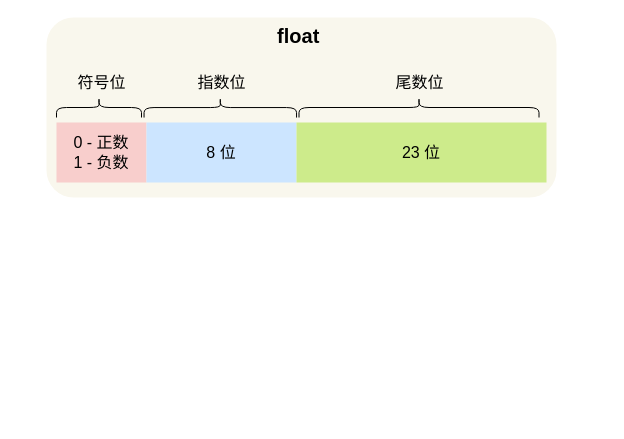
The draw.io diagram 操作系统/浮点/float.drawio in xiaolincoder/ImageHost3, before the edit. Source tidied: cells renumbered, new cells numbered last; positions are measured from the earlier drawing's top-left corner, leaving out a move shared by most shapes. Both pictures are drawn from the tidied source at 100%, with x=0, y=0 at pixel (46, -13).
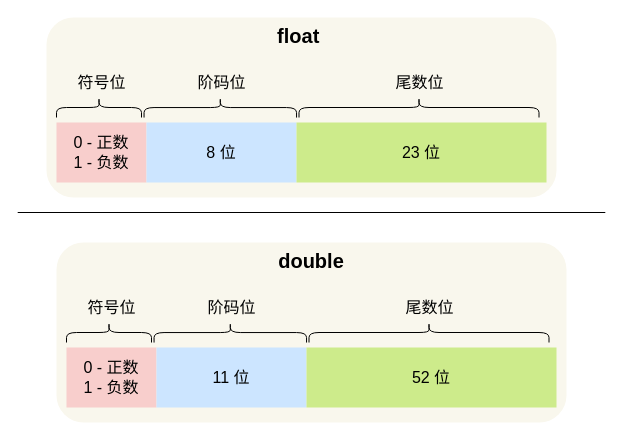
The same page after the edit.

Change to the diagram source:
```diff
@@
-    <mxCell id="8" value="指数位" style="text;html=1;align=center;verticalAlign=middle;fontSize=16;" parent="1" vertex="1">
+    <mxCell id="8" value="阶码位" style="text;html=1;align=center;verticalAlign=middle;fontSize=16;" parent="1" vertex="1">
       <mxGeometry x="145" y="85" width="60" height="20" as="geometry" />
     </mxCell>
@@
+    <mxCell id="12" value="double" style="rounded=1;whiteSpace=wrap;html=1;labelBackgroundColor=none;strokeWidth=1;fontSize=20;fillColor=#f9f7ed;strokeColor=none;verticalAlign=top;fontStyle=1;" parent="1" vertex="1">
+      <mxGeometry x="10" y="255" width="510" height="180" as="geometry" />
+    </mxCell>
+    <mxCell id="13" value="0 - 正数&lt;br style=&quot;font-size: 16px;&quot;&gt;1 - 负数" style="rounded=0;whiteSpace=wrap;html=1;fontSize=16;fillColor=#f8cecc;strokeColor=none;" parent="1" vertex="1">
+      <mxGeometry x="20" y="360" width="90" height="60" as="geometry" />
+    </mxCell>
+    <mxCell id="14" value="11 位" style="rounded=0;whiteSpace=wrap;html=1;fontSize=16;fillColor=#cce5ff;strokeColor=none;" parent="1" vertex="1">
+      <mxGeometry x="110" y="360" width="150" height="60" as="geometry" />
+    </mxCell>
+    <mxCell id="15" value="符号位" style="text;html=1;align=center;verticalAlign=middle;fontSize=16;" parent="1" vertex="1">
+      <mxGeometry x="35" y="310" width="60" height="20" as="geometry" />
+    </mxCell>
+    <mxCell id="16" style="shape=curlyBracket;whiteSpace=wrap;html=1;rounded=1;fontSize=16;rotation=90;" parent="1" vertex="1">
+      <mxGeometry x="52.5" y="302.5" width="20" height="85" as="geometry" />
+    </mxCell>
+    <mxCell id="17" value="52 位" style="rounded=0;whiteSpace=wrap;html=1;fontSize=16;fillColor=#cdeb8b;strokeColor=none;" parent="1" vertex="1">
+      <mxGeometry x="260" y="360" width="250" height="60" as="geometry" />
+    </mxCell>
+    <mxCell id="18" value="阶码位" style="text;html=1;align=center;verticalAlign=middle;fontSize=16;" parent="1" vertex="1">
+      <mxGeometry x="155" y="310" width="60" height="20" as="geometry" />
+    </mxCell>
+    <mxCell id="19" style="shape=curlyBracket;whiteSpace=wrap;html=1;rounded=1;fontSize=16;rotation=90;" parent="1" vertex="1">
+      <mxGeometry x="173.8" y="268.8" width="20" height="152.5" as="geometry" />
+    </mxCell>
+    <mxCell id="20" value="尾数位" style="text;html=1;align=center;verticalAlign=middle;fontSize=16;" parent="1" vertex="1">
+      <mxGeometry x="352.5" y="310" width="60" height="20" as="geometry" />
+    </mxCell>
+    <mxCell id="21" style="shape=curlyBracket;whiteSpace=wrap;html=1;rounded=1;fontSize=16;rotation=90;" parent="1" vertex="1">
+      <mxGeometry x="372.5" y="225" width="20" height="240" as="geometry" />
+    </mxCell>
+    <mxCell id="22" style="endArrow=none;html=1;fontSize=18;fontColor=#FF0000;" parent="1" edge="1">
+      <mxGeometry relative="1" as="geometry">
+        <mxPoint x="-28.8" y="225" as="sourcePoint" />
+        <mxPoint x="558.8" y="225" as="targetPoint" />
+      </mxGeometry>
+    </mxCell>
```
